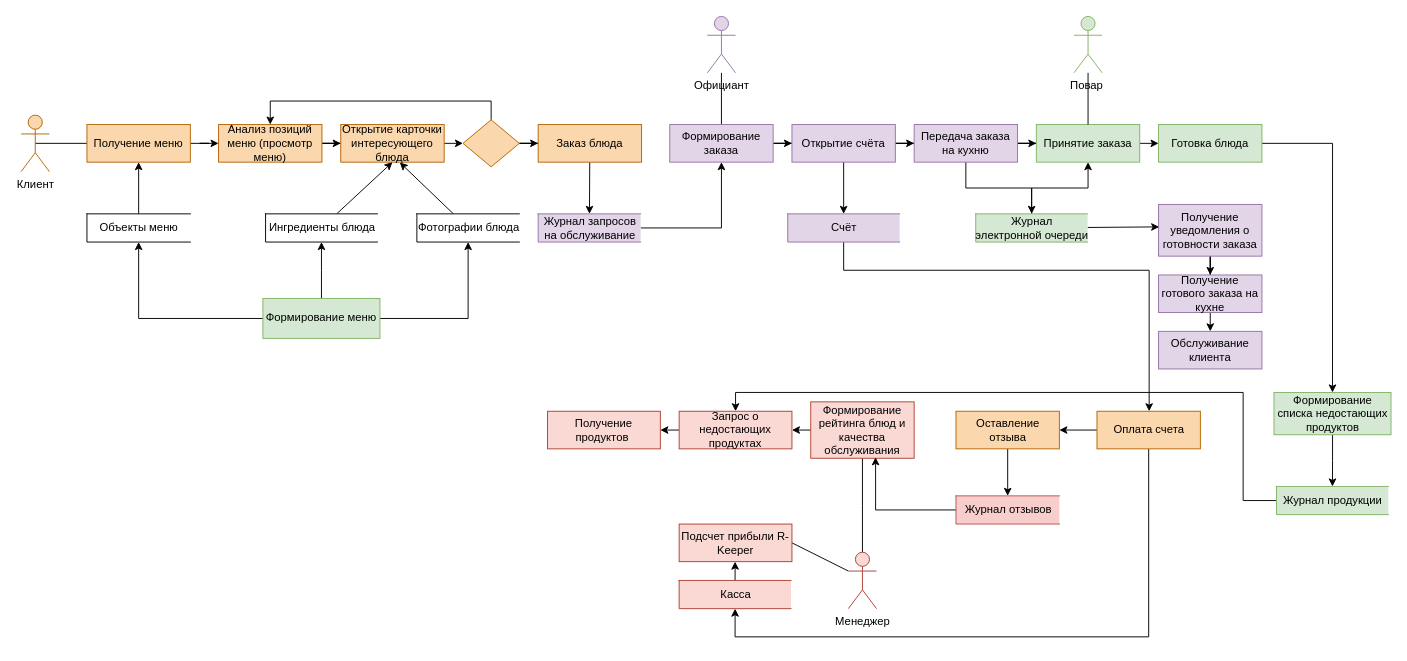
Above: DFD-diagram.drawio in maria-kuchina262002/mypracticework (draw.io), before the change. Source tidied: cells renumbered, new cells numbered last; positions are measured from the earlier drawing's top-left corner, leaving out a move shared by most shapes. Both pictures are drawn from the tidied source at 94%, with x=0, y=0 at pixel (21, 16).
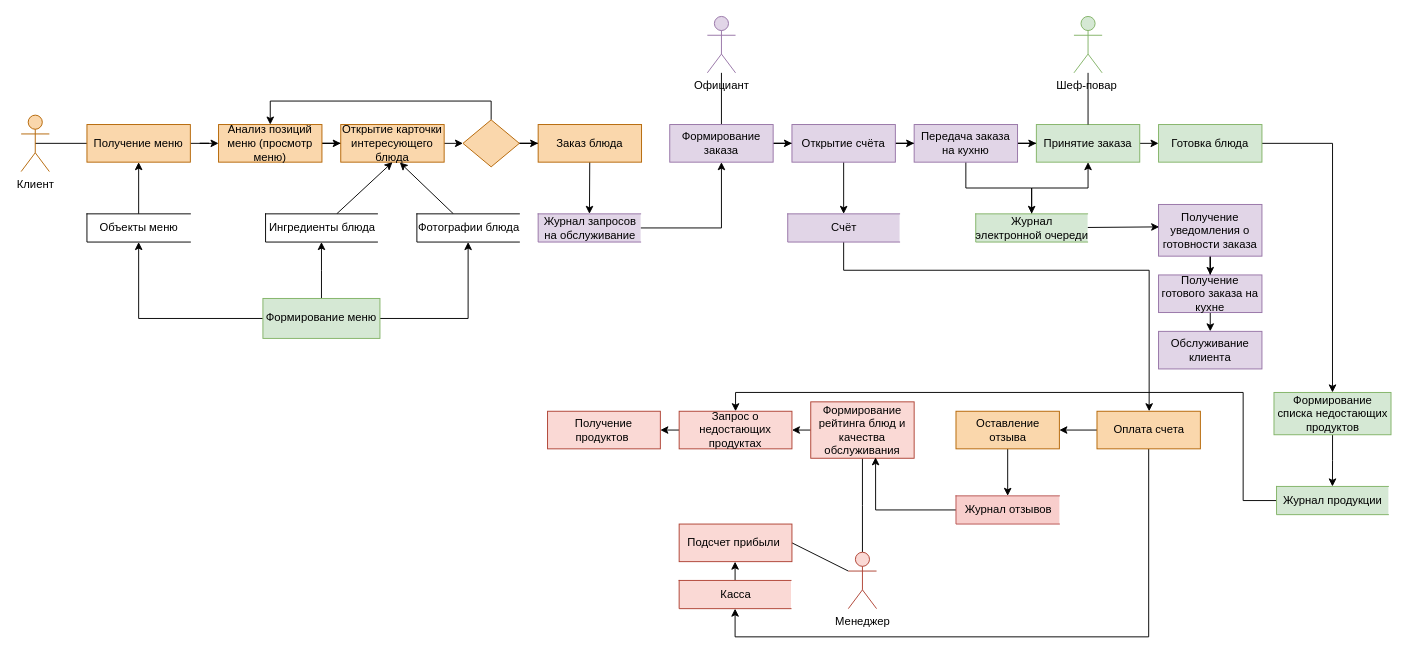
Above is the later version.

What changed in the source:
```diff
@@
-    <mxCell id="46" value="&lt;span style=&quot;font-weight: normal&quot;&gt;Подсчет прибыли R-Keeper&lt;/span&gt;" style="rounded=0;whiteSpace=wrap;html=1;fillColor=#fad9d5;strokeColor=#ae4132;fontStyle=1;" parent="1" vertex="1">
+    <mxCell id="46" value="&lt;span style=&quot;font-weight: normal&quot;&gt;Подсчет прибыли&amp;nbsp;&lt;/span&gt;" style="rounded=0;whiteSpace=wrap;html=1;fillColor=#fad9d5;strokeColor=#ae4132;fontStyle=1;" parent="1" vertex="1">
       <mxGeometry x="700" y="540" width="120" height="40" as="geometry" />
     </mxCell>
@@
-    <mxCell id="64" value="Повар&amp;nbsp;" style="shape=umlActor;verticalLabelPosition=bottom;verticalAlign=top;html=1;outlineConnect=0;fillColor=#d5e8d4;strokeColor=#82b366;" parent="1" vertex="1">
+    <mxCell id="64" value="Шеф-повар&amp;nbsp;" style="shape=umlActor;verticalLabelPosition=bottom;verticalAlign=top;html=1;outlineConnect=0;fillColor=#d5e8d4;strokeColor=#82b366;" parent="1" vertex="1">
       <mxGeometry x="1120" width="30" height="60" as="geometry" />
     </mxCell>
```
